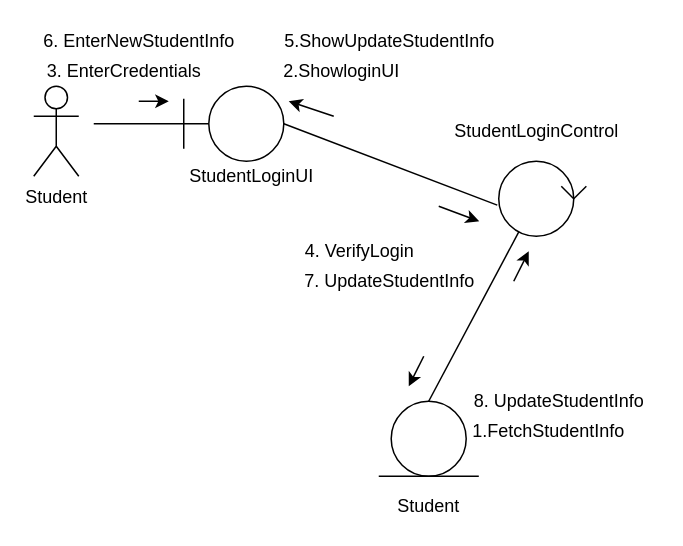
Earlier version of the draw.io diagram page "Login" (1 of 11) of Collab.drawio (Noman1705088/CSE-326). Source tidied: cells renumbered, new cells numbered last; positions are measured from the earlier drawing's top-left corner, leaving out a move shared by most shapes. Both pictures are drawn from the tidied source at 150%, with x=0, y=0 at pixel (33, 26).
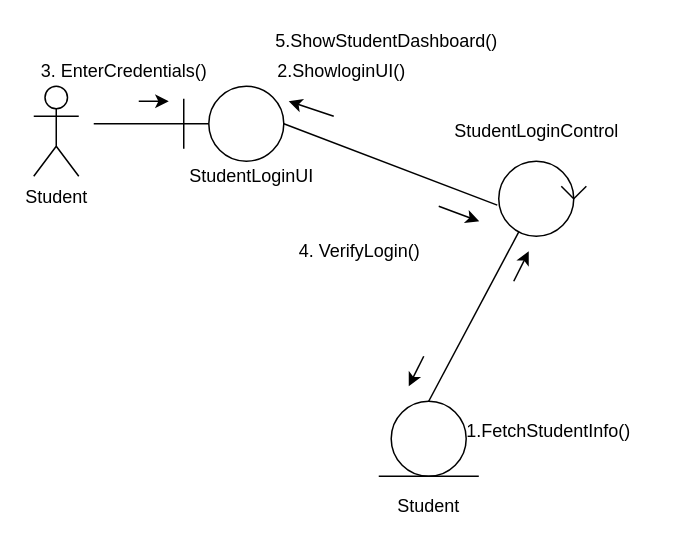
After the change.

The edit, as a diff of the source:
```diff
@@
-    <mxCell id="27" value="1.FetchStudentInfo" style="text;html=1;align=center;verticalAlign=middle;strokeColor=none;fillColor=none;" parent="1" vertex="1">
+    <mxCell id="27" value="1.FetchStudentInfo()" style="text;html=1;align=center;verticalAlign=middle;strokeColor=none;fillColor=none;" parent="1" vertex="1">
       <mxGeometry x="282.7" y="260" width="120" height="20" as="geometry" />
     </mxCell>
-    <mxCell id="28" value="2.ShowloginUI" style="text;html=1;align=center;verticalAlign=middle;strokeColor=none;fillColor=none;" parent="1" vertex="1">
-      <mxGeometry x="160" y="20" width="90" height="20" as="geometry" />
+    <mxCell id="28" value="2.ShowloginUI()" style="text;html=1;align=center;verticalAlign=middle;strokeColor=none;fillColor=none;" parent="1" vertex="1">
+      <mxGeometry x="155" y="20" width="100" height="20" as="geometry" />
     </mxCell>
-    <mxCell id="29" value="3. EnterCredentials" style="text;html=1;align=center;verticalAlign=middle;strokeColor=none;fillColor=none;" parent="1" vertex="1">
-      <mxGeometry y="20" width="120" height="20" as="geometry" />
+    <mxCell id="29" value="3. EnterCredentials()" style="text;html=1;align=center;verticalAlign=middle;strokeColor=none;fillColor=none;" parent="1" vertex="1">
+      <mxGeometry x="-5" y="20" width="130" height="20" as="geometry" />
     </mxCell>
@@
-    <mxCell id="31" value="4. VerifyLogin" style="text;html=1;align=center;verticalAlign=middle;strokeColor=none;fillColor=none;" parent="1" vertex="1">
-      <mxGeometry x="171.7" y="140" width="90" height="20" as="geometry" />
+    <mxCell id="31" value="4. VerifyLogin()" style="text;html=1;align=center;verticalAlign=middle;strokeColor=none;fillColor=none;" parent="1" vertex="1">
+      <mxGeometry x="166.7" y="140" width="100" height="20" as="geometry" />
     </mxCell>
-    <mxCell id="32" value="5.ShowUpdateStudentInfo" style="text;html=1;align=center;verticalAlign=middle;strokeColor=none;fillColor=none;" parent="1" vertex="1">
-      <mxGeometry x="156.7" width="160" height="20" as="geometry" />
+    <mxCell id="32" value="5.ShowStudentDashboard()" style="text;html=1;align=center;verticalAlign=middle;strokeColor=none;fillColor=none;" parent="1" vertex="1">
+      <mxGeometry x="155" width="160" height="20" as="geometry" />
     </mxCell>
-    <mxCell id="33" value="6. EnterNewStudentInfo" style="text;html=1;align=center;verticalAlign=middle;strokeColor=none;fillColor=none;" parent="1" vertex="1">
-      <mxGeometry width="140" height="20" as="geometry" />
-    </mxCell>
-    <mxCell id="34" value="7. UpdateStudentInfo" style="text;html=1;align=center;verticalAlign=middle;strokeColor=none;fillColor=none;" parent="1" vertex="1">
-      <mxGeometry x="171.7" y="160" width="130" height="20" as="geometry" />
-    </mxCell>
-    <mxCell id="35" value="8. UpdateStudentInfo" style="text;html=1;align=center;verticalAlign=middle;strokeColor=none;fillColor=none;" parent="1" vertex="1">
-      <mxGeometry x="285" y="240" width="130" height="20" as="geometry" />
-    </mxCell>
```
